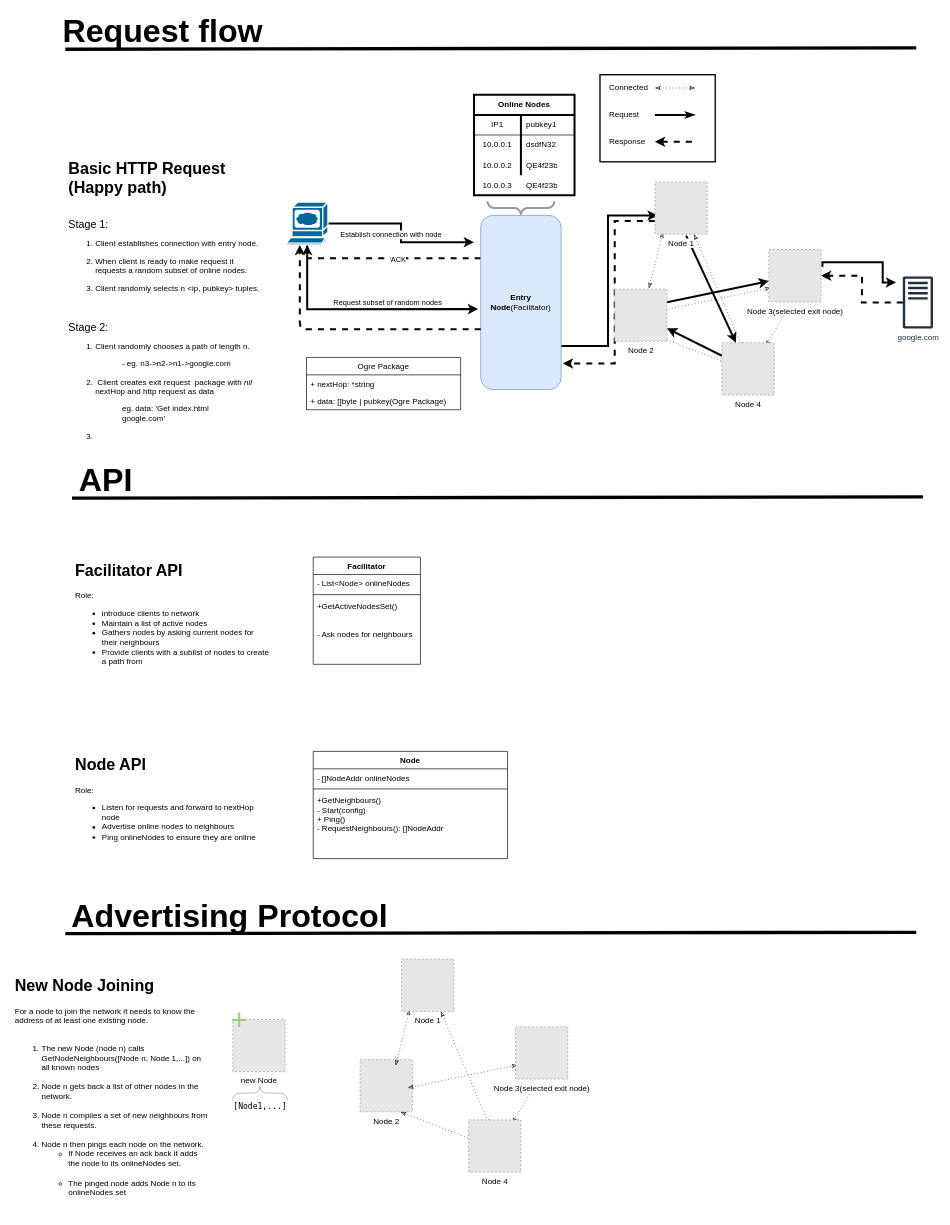
This is documentation/OgreNetArchitecture.drawio from AdamCollins/ogre-net, a draw.io file, before an edit. Source tidied: cells renumbered, new cells numbered last; positions are measured from the earlier drawing's top-left corner, leaving out a move shared by most shapes. Both pictures are drawn from the tidied source at 67%, with x=0, y=0 at pixel (11, 21). Pictures stored in the file or linked from it are replaced by grey dashed boxes.
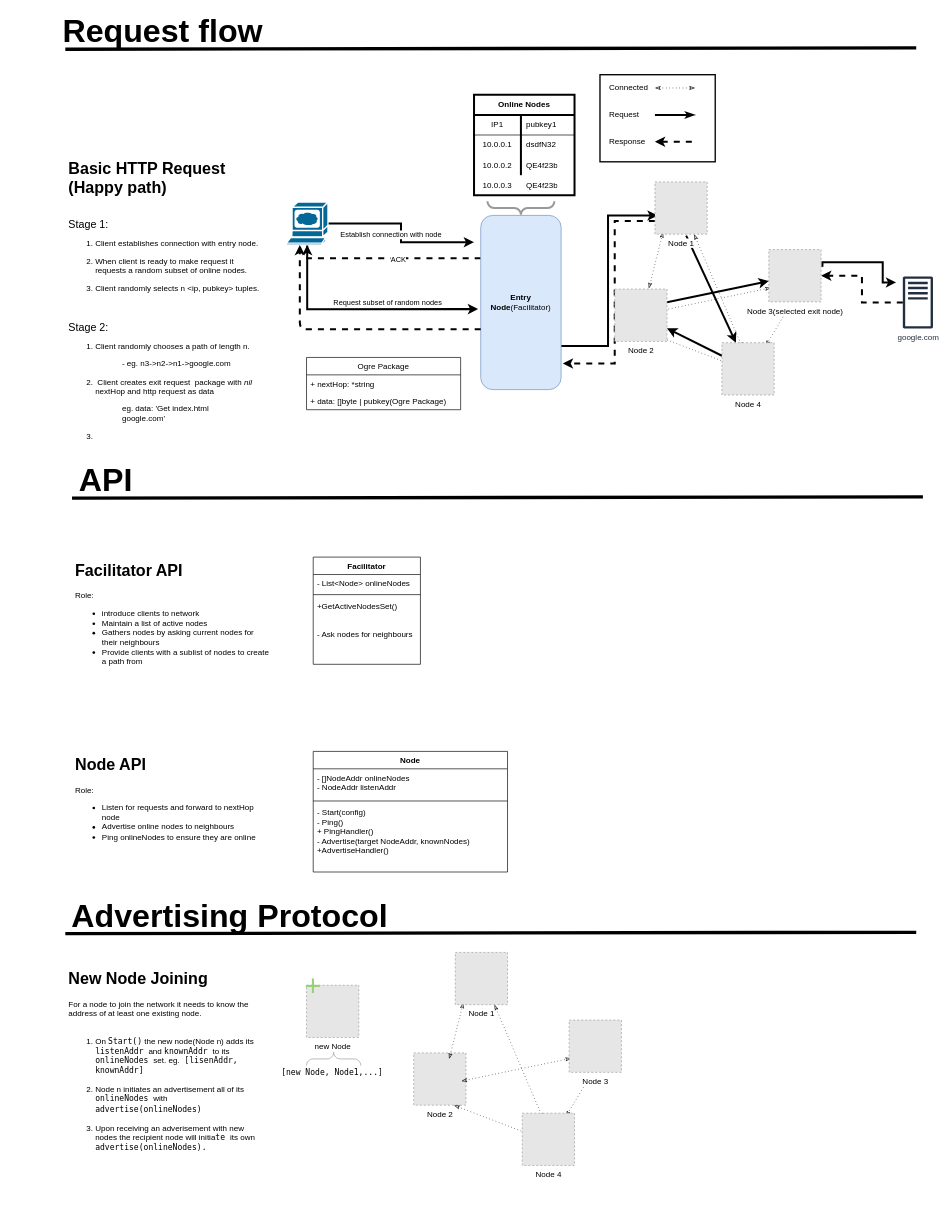
After the change.

The edit, as a diff of the source:
```diff
@@
     <mxCell id="52" value="Node" style="swimlane;fontStyle=1;align=center;verticalAlign=top;horizontal=1;startSize=26;" parent="1" vertex="1">
-      <mxGeometry x="450" y="1090" width="290" height="160" as="geometry" />
+      <mxGeometry x="450" y="1090" width="290" height="180" as="geometry" />
     </mxCell>
-    <mxCell id="53" value="- []NodeAddr onlineNodes" style="text;strokeColor=none;fillColor=none;align=left;verticalAlign=top;spacingLeft=4;spacingRight=4;overflow=hidden;" parent="52" vertex="1">
-      <mxGeometry y="26" width="290" height="26" as="geometry" />
+    <mxCell id="53" value="- []NodeAddr onlineNodes&#10;- NodeAddr listenAddr &#10;&#10;" style="text;strokeColor=none;fillColor=none;align=left;verticalAlign=top;spacingLeft=4;spacingRight=4;overflow=hidden;" parent="52" vertex="1">
+      <mxGeometry y="26" width="290" height="44" as="geometry" />
     </mxCell>
     <mxCell id="54" style="line;strokeWidth=1;fillColor=none;align=left;verticalAlign=middle;spacingTop=-1;spacingLeft=3;spacingRight=3;labelPosition=right;" parent="52" vertex="1">
-      <mxGeometry y="52" width="290" height="8" as="geometry" />
+      <mxGeometry y="70" width="290" height="8" as="geometry" />
     </mxCell>
-    <mxCell id="55" value="+GetNeighbours()&#10;- Start(config)&#10;+ Ping()&#10;- RequestNeighbours(): []NodeAddr&#10;" style="text;strokeColor=none;fillColor=none;align=left;verticalAlign=top;spacingLeft=4;spacingRight=4;overflow=hidden;" parent="52" vertex="1">
-      <mxGeometry y="60" width="290" height="100" as="geometry" />
+    <mxCell id="55" value="- Start(config)&#10;- Ping()&#10;+ PingHandler()&#10;- Advertise(target NodeAddr, knownNodes)&#10;+AdvertiseHandler()&#10;" style="text;strokeColor=none;fillColor=none;align=left;verticalAlign=top;spacingLeft=4;spacingRight=4;overflow=hidden;" parent="52" vertex="1">
+      <mxGeometry y="78" width="290" height="102" as="geometry" />
     </mxCell>
@@
     <mxCell id="69" value="Node 2" style="fillColor=#E6E6E6;strokeColor=#999999;dashed=1;html=1;verticalAlign=top;verticalLabelPosition=bottom;labelBackgroundColor=#ffffff;" parent="1" vertex="1">
-      <mxGeometry x="520" y="1550" width="78" height="78" as="geometry" />
+      <mxGeometry x="600" y="1540" width="78" height="78" as="geometry" />
     </mxCell>
     <mxCell id="70" value="new Node" style="fillColor=#E6E6E6;strokeColor=#999999;dashed=1;html=1;verticalAlign=top;verticalLabelPosition=bottom;labelBackgroundColor=#ffffff;" parent="1" vertex="1">
-      <mxGeometry x="330" y="1490" width="78" height="78" as="geometry" />
+      <mxGeometry x="440" y="1439" width="78" height="78" as="geometry" />
     </mxCell>
     <mxCell id="71" style="edgeStyle=none;rounded=0;jettySize=auto;html=1;entryX=0.263;entryY=-0.025;entryDx=0;entryDy=0;entryPerimeter=0;startArrow=classicThin;startFill=0;endArrow=classicThin;endFill=0;strokeWidth=1;exitX=0.75;exitY=1;exitDx=0;exitDy=0;dashed=1;dashPattern=1 4;" parent="1" edge="1" source="77">
       <mxGeometry relative="1" as="geometry">
-        <mxPoint x="713" y="1648" as="targetPoint" />
+        <mxPoint x="793" y="1638" as="targetPoint" />
       </mxGeometry>
     </mxCell>
     <mxCell id="72" style="edgeStyle=none;rounded=0;orthogonalLoop=1;jettySize=auto;html=1;entryX=0.688;entryY=-0.062;entryDx=0;entryDy=0;entryPerimeter=0;startArrow=classicThin;startFill=0;endArrow=classicThin;endFill=0;strokeWidth=1;dashed=1;dashPattern=1 4;" parent="1" edge="1">
       <mxGeometry relative="1" as="geometry">
-        <mxPoint x="781.7" y="1587.5" as="sourcePoint" />
-        <mxPoint x="747" y="1645" as="targetPoint" />
+        <mxPoint x="861.7" y="1577.5" as="sourcePoint" />
+        <mxPoint x="827" y="1635" as="targetPoint" />
       </mxGeometry>
     </mxCell>
     <mxCell id="73" style="rounded=0;jettySize=auto;html=1;exitX=0.763;exitY=-0.012;exitDx=0;exitDy=0;entryX=0.154;entryY=0.962;entryDx=0;entryDy=0;entryPerimeter=0;strokeWidth=1;endArrow=classicThin;endFill=0;startArrow=classicThin;startFill=0;exitPerimeter=0;dashed=1;dashPattern=1 4;" parent="1" edge="1" target="77">
       <mxGeometry relative="1" as="geometry">
-        <mxPoint x="573" y="1559" as="sourcePoint" />
+        <mxPoint x="653" y="1549" as="sourcePoint" />
       </mxGeometry>
     </mxCell>
     <mxCell id="74" style="edgeStyle=none;rounded=0;orthogonalLoop=1;jettySize=auto;html=1;exitX=1;exitY=1;exitDx=0;exitDy=0;entryX=0;entryY=0.263;entryDx=0;entryDy=0;entryPerimeter=0;startArrow=classicThin;startFill=0;endArrow=blockThin;endFill=0;strokeWidth=1;dashed=1;dashPattern=1 4;" parent="1" edge="1">
       <mxGeometry relative="1" as="geometry">
-        <mxPoint x="580.2" y="1628.3" as="sourcePoint" />
-        <mxPoint x="692" y="1671" as="targetPoint" />
+        <mxPoint x="660.2" y="1618.3" as="sourcePoint" />
+        <mxPoint x="772" y="1661" as="targetPoint" />
       </mxGeometry>
     </mxCell>
     <mxCell id="75" style="edgeStyle=none;rounded=0;orthogonalLoop=1;jettySize=auto;html=1;entryX=-0.087;entryY=0.563;entryDx=0;entryDy=0;entryPerimeter=0;startArrow=classicThin;startFill=0;endArrow=classicThin;endFill=0;strokeWidth=1;dashed=1;dashPattern=1 4;" parent="1" edge="1">
       <mxGeometry relative="1" as="geometry">
-        <mxPoint x="591.2" y="1592.1" as="sourcePoint" />
-        <mxPoint x="755" y="1558" as="targetPoint" />
+        <mxPoint x="671.2" y="1582.1" as="sourcePoint" />
+        <mxPoint x="835" y="1548" as="targetPoint" />
       </mxGeometry>
     </mxCell>
-    <mxCell id="76" value="Node 3(selected exit node)" style="fillColor=#E6E6E6;strokeColor=#999999;dashed=1;html=1;verticalAlign=top;verticalLabelPosition=bottom;labelBackgroundColor=#ffffff;" parent="1" vertex="1">
-      <mxGeometry x="752" y="1501" width="78" height="78" as="geometry" />
+    <mxCell id="76" value="Node 3" style="fillColor=#E6E6E6;strokeColor=#999999;dashed=1;html=1;verticalAlign=top;verticalLabelPosition=bottom;labelBackgroundColor=#ffffff;" parent="1" vertex="1">
+      <mxGeometry x="832" y="1491" width="78" height="78" as="geometry" />
     </mxCell>
     <mxCell id="77" value="Node 1" style="fillColor=#E6E6E6;strokeColor=#999999;dashed=1;html=1;verticalAlign=top;verticalLabelPosition=bottom;labelBackgroundColor=#ffffff;" parent="1" vertex="1">
-      <mxGeometry x="582" y="1400" width="78" height="78" as="geometry" />
+      <mxGeometry x="662" y="1390" width="78" height="78" as="geometry" />
     </mxCell>
     <mxCell id="78" value="Node 4" style="fillColor=#E6E6E6;strokeColor=#999999;dashed=1;html=1;verticalAlign=top;verticalLabelPosition=bottom;labelBackgroundColor=#ffffff;" parent="1" vertex="1">
-      <mxGeometry x="682" y="1640" width="78" height="78" as="geometry" />
+      <mxGeometry x="762" y="1630" width="78" height="78" as="geometry" />
     </mxCell>
     <mxCell id="79" value="&lt;font style=&quot;font-size: 43px&quot;&gt;+&lt;/font&gt;" style="text;html=1;strokeColor=none;fillColor=none;align=center;verticalAlign=middle;whiteSpace=wrap;rounded=0;fontColor=#97D077;" parent="1" vertex="1">
-      <mxGeometry x="320" y="1481" width="40" height="20" as="geometry" />
+      <mxGeometry x="430" y="1430" width="40" height="20" as="geometry" />
     </mxCell>
-    <mxCell id="80" value="&lt;h1&gt;New Node Joining&lt;br&gt;&lt;/h1&gt;&lt;div&gt;For a node to join the network it needs to know the address of at least one existing node.&lt;/div&gt;&lt;div&gt;&lt;br&gt;&lt;/div&gt;&lt;div&gt;&lt;ol&gt;&lt;li&gt;The new Node (node n) calls GetNodeNeighbours([Node n, Node 1,...]) on all known nodes&lt;br&gt;&lt;br&gt;&lt;/li&gt;&lt;li&gt;Node n gets back a list of other nodes in the network.&lt;br&gt;&lt;br&gt;&lt;/li&gt;&lt;li&gt;Node n compiles a set of new neighbours from these requests.&lt;br&gt;&lt;br&gt;&lt;/li&gt;&lt;li&gt;Node n then pings each node on the network.&lt;br&gt;&lt;ul&gt;&lt;li&gt;If Node receives an ack back it adds the node to its onlineNodes set.&lt;br&gt;&lt;br&gt;&lt;/li&gt;&lt;li&gt;The pinged node adds Node n to its onlineNodes set &lt;br&gt;&lt;/li&gt;&lt;/ul&gt;&lt;/li&gt;&lt;/ol&gt;&lt;/div&gt;&lt;div&gt;&lt;br&gt;&lt;/div&gt;&lt;div&gt;&lt;br&gt;&lt;/div&gt;&lt;div&gt;&lt;br&gt;&lt;/div&gt;&lt;div&gt;&lt;br&gt;&lt;/div&gt;&lt;div&gt;&lt;br&gt;&lt;/div&gt;&lt;p&gt;&lt;br&gt;&lt;/p&gt;&lt;p&gt;&lt;br&gt;&lt;/p&gt;" style="text;html=1;strokeColor=none;fillColor=none;spacing=5;spacingTop=-20;whiteSpace=wrap;overflow=hidden;rounded=0;" parent="1" vertex="1">
-      <mxGeometry y="1420" width="300" height="360" as="geometry" />
+    <mxCell id="80" value="&lt;h1&gt;New Node Joining&lt;br&gt;&lt;/h1&gt;&lt;div&gt;For a node to join the network it needs to know the address of at least one existing node.&lt;/div&gt;&lt;div&gt;&lt;br&gt;&lt;/div&gt;&lt;div&gt;&lt;ol&gt;&lt;li&gt;On &lt;font face=&quot;Lucida Console&quot;&gt;Start()&lt;/font&gt; the new node(Node n) adds its &lt;font face=&quot;Lucida Console&quot;&gt;listenAddr &lt;/font&gt;and &lt;font face=&quot;Lucida Console&quot;&gt;knownAddr &lt;/font&gt;to its &lt;font face=&quot;Lucida Console&quot;&gt;onlineNodes &lt;/font&gt;set. eg.&lt;font face=&quot;Lucida Console&quot;&gt; [lisenAddr, knownAddr]&lt;/font&gt;&lt;br&gt;&lt;br&gt;&lt;/li&gt;&lt;li&gt;Node n initiates an advertisement all of its &lt;font face=&quot;Lucida Console&quot;&gt;onlineNodes &lt;font face=&quot;Helvetica&quot;&gt;with &lt;/font&gt;advertise(onlineNodes)&lt;br&gt;&lt;br&gt;&lt;/font&gt;&lt;/li&gt;&lt;li&gt;&lt;font face=&quot;Lucida Console&quot;&gt;&lt;font face=&quot;Helvetica&quot;&gt;Upon receiving an adverisement with new nodes the recipient node will initia&lt;/font&gt;te &lt;font face=&quot;Helvetica&quot;&gt;its own&lt;/font&gt; advertise(onlineNodes).&lt;br&gt;&lt;/font&gt;&lt;/li&gt;&lt;/ol&gt;&lt;ol&gt;&lt;/ol&gt;&lt;/div&gt;&lt;div&gt;&lt;br&gt;&lt;/div&gt;&lt;div&gt;&lt;br&gt;&lt;/div&gt;&lt;div&gt;&lt;br&gt;&lt;/div&gt;&lt;div&gt;&lt;br&gt;&lt;/div&gt;&lt;p&gt;&lt;br&gt;&lt;/p&gt;&lt;p&gt;&lt;br&gt;&lt;/p&gt;" style="text;html=1;strokeColor=none;fillColor=none;spacing=5;spacingTop=-20;whiteSpace=wrap;overflow=hidden;rounded=0;" parent="1" vertex="1">
+      <mxGeometry x="80" y="1410" width="300" height="320" as="geometry" />
     </mxCell>
     <mxCell id="81" style="verticalLabelPosition=bottom;shadow=0;dashed=0;align=center;html=1;verticalAlign=top;strokeWidth=1;shape=mxgraph.mockup.markup.curlyBrace;strokeColor=#999999;fontColor=#97D077;fillColor=none;" parent="1" vertex="1">
-      <mxGeometry x="330" y="1590" width="81" height="20" as="geometry" />
+      <mxGeometry x="440" y="1539" width="81" height="20" as="geometry" />
     </mxCell>
-    <mxCell id="82" value="&lt;font face=&quot;Lucida Console&quot;&gt;[Node1,...]&lt;/font&gt;" style="text;html=1;strokeColor=none;fillColor=none;align=center;verticalAlign=middle;whiteSpace=wrap;rounded=0;" parent="1" vertex="1">
-      <mxGeometry x="325.8" y="1610" width="89.5" height="20" as="geometry" />
+    <mxCell id="82" value="&lt;font face=&quot;Lucida Console&quot;&gt;[new Node, Node1,...]&lt;/font&gt;" style="text;html=1;strokeColor=none;fillColor=none;align=center;verticalAlign=middle;whiteSpace=wrap;rounded=0;" parent="1" vertex="1">
+      <mxGeometry x="401.4" y="1559" width="155.2" height="20" as="geometry" />
     </mxCell>
```
